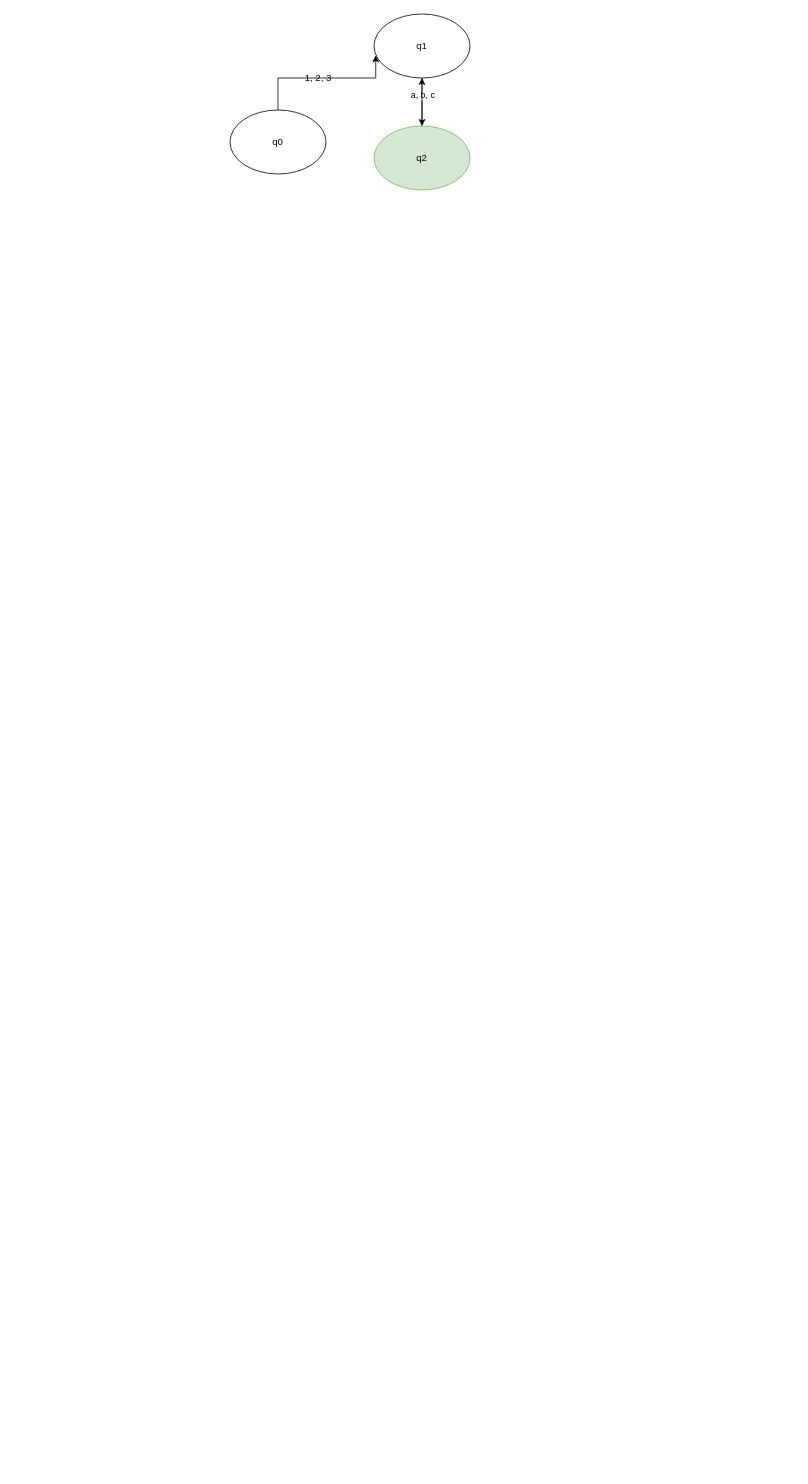
The draw.io diagram Untitled Diagram.drawio in Dzhalolov/OpenGL, before the edit. Source tidied: cells renumbered, new cells numbered last; positions are measured from the earlier drawing's top-left corner, leaving out a move shared by most shapes. Both pictures are drawn from the tidied source at 80%, with x=0, y=0 at pixel (230, 14).
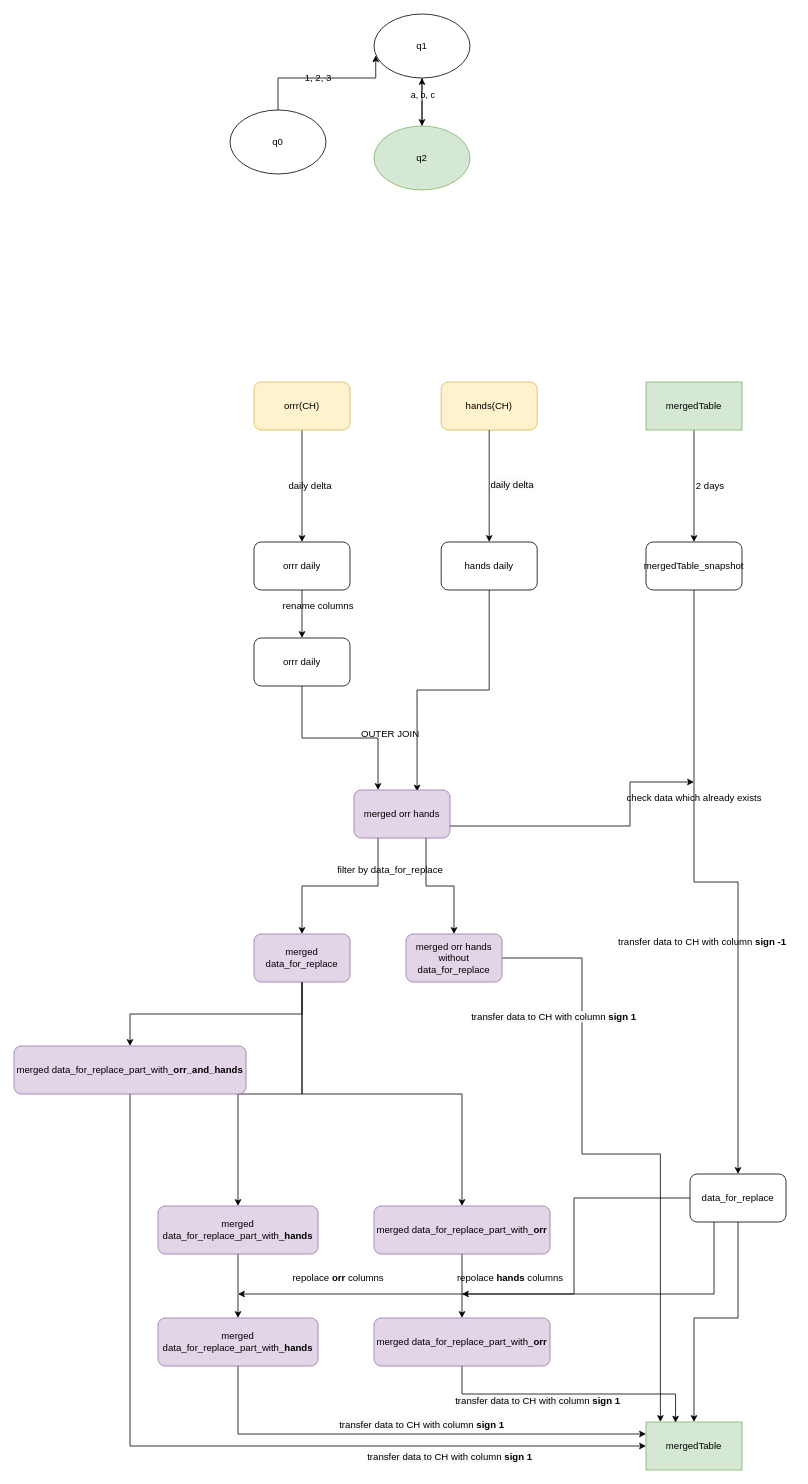
Above is the later version.

The edit, as a diff of the source:
```diff
@@
+    <mxCell id="10" style="edgeStyle=orthogonalEdgeStyle;rounded=0;jettySize=auto;html=1;exitX=1;exitY=0.75;exitDx=0;exitDy=0;" parent="1" edge="1" source="29">
+      <mxGeometry relative="1" as="geometry">
+        <mxPoint x="580" y="960" as="targetPoint" />
+        <Array as="points">
+          <mxPoint x="500" y="1015" />
+          <mxPoint x="500" y="960" />
+        </Array>
+      </mxGeometry>
+    </mxCell>
@@
+    <mxCell id="11" style="edgeStyle=orthogonalEdgeStyle;rounded=0;jettySize=auto;html=1;" parent="1" edge="1" source="12" target="18">
+      <mxGeometry relative="1" as="geometry" />
+    </mxCell>
+    <mxCell id="12" value="orrr(CH)" style="rounded=1;whiteSpace=wrap;html=1;fillColor=#fff2cc;strokeColor=#d6b656;" parent="1" vertex="1">
+      <mxGeometry x="30" y="460" width="120" height="60" as="geometry" />
+    </mxCell>
+    <mxCell id="13" value="hands(CH)" style="rounded=1;whiteSpace=wrap;html=1;fillColor=#fff2cc;strokeColor=#d6b656;" parent="1" vertex="1">
+      <mxGeometry x="264" y="460" width="120" height="60" as="geometry" />
+    </mxCell>
+    <mxCell id="14" style="edgeStyle=orthogonalEdgeStyle;rounded=0;jettySize=auto;html=1;" parent="1" edge="1" source="15" target="25">
+      <mxGeometry relative="1" as="geometry" />
+    </mxCell>
+    <mxCell id="15" value="mergedTable" style="rounded=0;whiteSpace=wrap;html=1;fillColor=#d5e8d4;strokeColor=#82b366;" parent="1" vertex="1">
+      <mxGeometry x="520" y="460" width="120" height="60" as="geometry" />
+    </mxCell>
+    <mxCell id="16" style="edgeStyle=orthogonalEdgeStyle;rounded=0;jettySize=auto;html=1;entryX=0.25;entryY=0;entryDx=0;entryDy=0;exitX=0.5;exitY=1;exitDx=0;exitDy=0;" parent="1" edge="1" source="31" target="29">
+      <mxGeometry relative="1" as="geometry" />
+    </mxCell>
+    <mxCell id="17" style="edgeStyle=orthogonalEdgeStyle;rounded=0;jettySize=auto;html=1;" parent="1" edge="1" source="18" target="31">
+      <mxGeometry relative="1" as="geometry" />
+    </mxCell>
+    <mxCell id="18" value="orrr daily" style="rounded=1;whiteSpace=wrap;html=1;" parent="1" vertex="1">
+      <mxGeometry x="30" y="660" width="120" height="60" as="geometry" />
+    </mxCell>
+    <mxCell id="19" style="edgeStyle=orthogonalEdgeStyle;rounded=0;jettySize=auto;html=1;entryX=0.657;entryY=0.033;entryDx=0;entryDy=0;entryPerimeter=0;" parent="1" edge="1" source="20" target="29">
+      <mxGeometry relative="1" as="geometry" />
+    </mxCell>
+    <mxCell id="20" value="hands daily" style="rounded=1;whiteSpace=wrap;html=1;" parent="1" vertex="1">
+      <mxGeometry x="264" y="660" width="120" height="60" as="geometry" />
+    </mxCell>
+    <mxCell id="21" style="edgeStyle=orthogonalEdgeStyle;rounded=0;jettySize=auto;html=1;exitX=0.5;exitY=1;exitDx=0;exitDy=0;entryX=0.5;entryY=0;entryDx=0;entryDy=0;" parent="1" edge="1" source="13" target="20">
+      <mxGeometry relative="1" as="geometry">
+        <Array as="points">
+          <mxPoint x="324" y="590" />
+          <mxPoint x="324" y="590" />
+        </Array>
+      </mxGeometry>
+    </mxCell>
+    <mxCell id="22" value="daily delta" style="text;html=1;align=center;verticalAlign=middle;" parent="1" vertex="1">
+      <mxGeometry x="65" y="580" width="70" height="20" as="geometry" />
+    </mxCell>
+    <mxCell id="23" value="&lt;span style=&quot;color: rgb(0, 0, 0); font-family: helvetica; font-size: 12px; font-style: normal; font-weight: 400; letter-spacing: normal; text-align: center; text-indent: 0px; text-transform: none; word-spacing: 0px; background-color: rgb(248, 249, 250); display: inline; float: none;&quot;&gt;daily delta&lt;/span&gt;" style="text;whiteSpace=wrap;html=1;" parent="1" vertex="1">
+      <mxGeometry x="324" y="575" width="80" height="30" as="geometry" />
+    </mxCell>
+    <mxCell id="24" style="edgeStyle=orthogonalEdgeStyle;rounded=0;jettySize=auto;html=1;entryX=0.5;entryY=0;entryDx=0;entryDy=0;" parent="1" edge="1" source="25" target="36">
+      <mxGeometry relative="1" as="geometry" />
+    </mxCell>
+    <mxCell id="25" value="mergedTable_snapshot" style="rounded=1;whiteSpace=wrap;html=1;" parent="1" vertex="1">
+      <mxGeometry x="520" y="660" width="120" height="60" as="geometry" />
+    </mxCell>
+    <mxCell id="26" value="2 days" style="text;html=1;align=center;verticalAlign=middle;" parent="1" vertex="1">
+      <mxGeometry x="575" y="580" width="50" height="20" as="geometry" />
+    </mxCell>
+    <mxCell id="27" style="edgeStyle=orthogonalEdgeStyle;rounded=0;jettySize=auto;html=1;exitX=0.25;exitY=1;exitDx=0;exitDy=0;entryX=0.5;entryY=0;entryDx=0;entryDy=0;" parent="1" edge="1" source="29" target="41">
+      <mxGeometry relative="1" as="geometry" />
+    </mxCell>
+    <mxCell id="28" style="edgeStyle=orthogonalEdgeStyle;rounded=0;jettySize=auto;html=1;exitX=0.75;exitY=1;exitDx=0;exitDy=0;entryX=0.5;entryY=0;entryDx=0;entryDy=0;" parent="1" edge="1" source="29" target="43">
+      <mxGeometry relative="1" as="geometry" />
+    </mxCell>
+    <mxCell id="29" value="merged orr hands" style="rounded=1;whiteSpace=wrap;html=1;fillColor=#e1d5e7;strokeColor=#9673a6;" parent="1" vertex="1">
+      <mxGeometry x="155" y="970" width="120" height="60" as="geometry" />
+    </mxCell>
+    <mxCell id="30" value="OUTER JOIN" style="text;html=1;align=center;verticalAlign=middle;" parent="1" vertex="1">
+      <mxGeometry x="155" y="890" width="90" height="20" as="geometry" />
+    </mxCell>
+    <mxCell id="31" value="orrr daily" style="rounded=1;whiteSpace=wrap;html=1;" parent="1" vertex="1">
+      <mxGeometry x="30" y="780" width="120" height="60" as="geometry" />
+    </mxCell>
+    <mxCell id="32" value="rename columns" style="text;html=1;align=center;verticalAlign=middle;" parent="1" vertex="1">
+      <mxGeometry x="60" y="730" width="100" height="20" as="geometry" />
+    </mxCell>
+    <mxCell id="33" style="edgeStyle=orthogonalEdgeStyle;rounded=0;jettySize=auto;html=1;exitX=0.5;exitY=1;exitDx=0;exitDy=0;entryX=0.5;entryY=0;entryDx=0;entryDy=0;" parent="1" edge="1" source="36" target="52">
+      <mxGeometry relative="1" as="geometry">
+        <Array as="points">
+          <mxPoint x="635" y="1630" />
+          <mxPoint x="580" y="1630" />
+        </Array>
+      </mxGeometry>
+    </mxCell>
+    <mxCell id="34" style="edgeStyle=orthogonalEdgeStyle;rounded=0;jettySize=auto;html=1;" parent="1" edge="1" source="36">
+      <mxGeometry relative="1" as="geometry">
+        <mxPoint x="290" y="1600" as="targetPoint" />
+        <Array as="points">
+          <mxPoint x="430" y="1480" />
+          <mxPoint x="430" y="1600" />
+        </Array>
+      </mxGeometry>
+    </mxCell>
+    <mxCell id="35" style="edgeStyle=orthogonalEdgeStyle;rounded=0;jettySize=auto;html=1;exitX=0.25;exitY=1;exitDx=0;exitDy=0;" parent="1" edge="1" source="36">
+      <mxGeometry relative="1" as="geometry">
+        <mxPoint x="10" y="1600" as="targetPoint" />
+        <Array as="points">
+          <mxPoint x="605" y="1600" />
+        </Array>
+      </mxGeometry>
+    </mxCell>
+    <mxCell id="36" value="data_for_replace" style="rounded=1;whiteSpace=wrap;html=1;" parent="1" vertex="1">
+      <mxGeometry x="575" y="1450" width="120" height="60" as="geometry" />
+    </mxCell>
+    <mxCell id="37" value="check data which already exists" style="text;html=1;align=center;verticalAlign=middle;" parent="1" vertex="1">
+      <mxGeometry x="490" y="970" width="180" height="20" as="geometry" />
+    </mxCell>
+    <mxCell id="38" style="edgeStyle=orthogonalEdgeStyle;rounded=0;jettySize=auto;html=1;entryX=0.5;entryY=0;entryDx=0;entryDy=0;" parent="1" edge="1" source="41" target="46">
+      <mxGeometry relative="1" as="geometry" />
+    </mxCell>
+    <mxCell id="39" style="edgeStyle=orthogonalEdgeStyle;rounded=0;jettySize=auto;html=1;exitX=0.5;exitY=1;exitDx=0;exitDy=0;entryX=0.5;entryY=0;entryDx=0;entryDy=0;" parent="1" edge="1" source="41" target="48">
+      <mxGeometry relative="1" as="geometry" />
+    </mxCell>
+    <mxCell id="40" style="edgeStyle=orthogonalEdgeStyle;rounded=0;jettySize=auto;html=1;exitX=0.5;exitY=1;exitDx=0;exitDy=0;" parent="1" edge="1" source="41" target="50">
+      <mxGeometry relative="1" as="geometry" />
+    </mxCell>
+    <mxCell id="41" value="merged data_for_replace" style="rounded=1;whiteSpace=wrap;html=1;fillColor=#e1d5e7;strokeColor=#9673a6;" parent="1" vertex="1">
+      <mxGeometry x="30" y="1150" width="120" height="60" as="geometry" />
+    </mxCell>
+    <mxCell id="42" style="edgeStyle=orthogonalEdgeStyle;rounded=0;jettySize=auto;html=1;exitX=1;exitY=0.5;exitDx=0;exitDy=0;" parent="1" edge="1" source="43" target="52">
+      <mxGeometry relative="1" as="geometry">
+        <Array as="points">
+          <mxPoint x="440" y="1180" />
+          <mxPoint x="440" y="1425" />
+          <mxPoint x="538" y="1425" />
+        </Array>
+      </mxGeometry>
+    </mxCell>
+    <mxCell id="43" value="merged orr hands without data_for_replace" style="rounded=1;whiteSpace=wrap;html=1;fillColor=#e1d5e7;strokeColor=#9673a6;" parent="1" vertex="1">
+      <mxGeometry x="220" y="1150" width="120" height="60" as="geometry" />
+    </mxCell>
+    <mxCell id="44" value="filter by data_for_replace" style="text;html=1;align=center;verticalAlign=middle;" parent="1" vertex="1">
+      <mxGeometry x="125" y="1060" width="150" height="20" as="geometry" />
+    </mxCell>
+    <mxCell id="45" style="edgeStyle=orthogonalEdgeStyle;rounded=0;jettySize=auto;html=1;" parent="1" edge="1" source="46" target="58">
+      <mxGeometry relative="1" as="geometry" />
+    </mxCell>
+    <mxCell id="46" value="merged data_for_replace_part_with_&lt;b&gt;hands&lt;/b&gt;" style="rounded=1;whiteSpace=wrap;html=1;fillColor=#e1d5e7;strokeColor=#9673a6;" parent="1" vertex="1">
+      <mxGeometry x="-90" y="1490" width="200" height="60" as="geometry" />
+    </mxCell>
+    <mxCell id="47" style="edgeStyle=orthogonalEdgeStyle;rounded=0;jettySize=auto;html=1;" parent="1" edge="1" source="48" target="56">
+      <mxGeometry relative="1" as="geometry" />
+    </mxCell>
+    <mxCell id="48" value="merged data_for_replace_part_with_&lt;b&gt;orr&lt;/b&gt;" style="rounded=1;whiteSpace=wrap;html=1;fillColor=#e1d5e7;strokeColor=#9673a6;" parent="1" vertex="1">
+      <mxGeometry x="180" y="1490" width="220" height="60" as="geometry" />
+    </mxCell>
+    <mxCell id="49" style="edgeStyle=orthogonalEdgeStyle;rounded=0;jettySize=auto;html=1;exitX=0.5;exitY=1;exitDx=0;exitDy=0;entryX=0;entryY=0.5;entryDx=0;entryDy=0;" parent="1" edge="1" source="50" target="52">
+      <mxGeometry relative="1" as="geometry" />
+    </mxCell>
+    <mxCell id="50" value="merged data_for_replace_part_with_&lt;b&gt;orr_and_hands&lt;/b&gt;" style="rounded=1;whiteSpace=wrap;html=1;fillColor=#e1d5e7;strokeColor=#9673a6;" parent="1" vertex="1">
+      <mxGeometry x="-270" y="1290" width="290" height="60" as="geometry" />
+    </mxCell>
+    <mxCell id="51" value="transfer data to CH with column &lt;b&gt;sign -1&lt;/b&gt;" style="text;html=1;align=center;verticalAlign=middle;" parent="1" vertex="1">
+      <mxGeometry x="475" y="1150" width="230" height="20" as="geometry" />
+    </mxCell>
+    <mxCell id="52" value="mergedTable" style="rounded=0;whiteSpace=wrap;html=1;fillColor=#d5e8d4;strokeColor=#82b366;" parent="1" vertex="1">
+      <mxGeometry x="520" y="1760" width="120" height="60" as="geometry" />
+    </mxCell>
+    <mxCell id="53" value="&lt;span style=&quot;color: rgb(0 , 0 , 0) ; font-family: &amp;#34;helvetica&amp;#34; ; font-size: 12px ; font-style: normal ; font-weight: 400 ; letter-spacing: normal ; text-align: center ; text-indent: 0px ; text-transform: none ; word-spacing: 0px ; background-color: rgb(248 , 249 , 250) ; display: inline ; float: none&quot;&gt;transfer data to CH with column&lt;span&gt;&amp;nbsp;&lt;/span&gt;&lt;/span&gt;&lt;b style=&quot;color: rgb(0 , 0 , 0) ; font-family: &amp;#34;helvetica&amp;#34; ; font-size: 12px ; font-style: normal ; letter-spacing: normal ; text-align: center ; text-indent: 0px ; text-transform: none ; word-spacing: 0px ; background-color: rgb(248 , 249 , 250)&quot;&gt;sign 1&lt;/b&gt;" style="text;whiteSpace=wrap;html=1;" parent="1" vertex="1">
+      <mxGeometry x="170" y="1790" width="240" height="30" as="geometry" />
+    </mxCell>
+    <mxCell id="54" value="&lt;span style=&quot;color: rgb(0 , 0 , 0) ; font-family: &amp;#34;helvetica&amp;#34; ; font-size: 12px ; font-style: normal ; font-weight: 400 ; letter-spacing: normal ; text-align: center ; text-indent: 0px ; text-transform: none ; word-spacing: 0px ; background-color: rgb(248 , 249 , 250) ; display: inline ; float: none&quot;&gt;transfer data to CH with column&lt;span&gt;&amp;nbsp;&lt;/span&gt;&lt;/span&gt;&lt;b style=&quot;color: rgb(0 , 0 , 0) ; font-family: &amp;#34;helvetica&amp;#34; ; font-size: 12px ; font-style: normal ; letter-spacing: normal ; text-align: center ; text-indent: 0px ; text-transform: none ; word-spacing: 0px ; background-color: rgb(248 , 249 , 250)&quot;&gt;sign 1&lt;/b&gt;" style="text;whiteSpace=wrap;html=1;" parent="1" vertex="1">
+      <mxGeometry x="300" y="1240" width="240" height="30" as="geometry" />
+    </mxCell>
+    <mxCell id="55" style="edgeStyle=orthogonalEdgeStyle;rounded=0;jettySize=auto;html=1;exitX=0.5;exitY=1;exitDx=0;exitDy=0;entryX=0.308;entryY=0.013;entryDx=0;entryDy=0;entryPerimeter=0;" parent="1" edge="1" source="56" target="52">
+      <mxGeometry relative="1" as="geometry" />
+    </mxCell>
+    <mxCell id="56" value="merged data_for_replace_part_with_&lt;b&gt;orr&lt;/b&gt;" style="rounded=1;whiteSpace=wrap;html=1;fillColor=#e1d5e7;strokeColor=#9673a6;" parent="1" vertex="1">
+      <mxGeometry x="180" y="1630" width="220" height="60" as="geometry" />
+    </mxCell>
+    <mxCell id="57" style="edgeStyle=orthogonalEdgeStyle;rounded=0;jettySize=auto;html=1;exitX=0.5;exitY=1;exitDx=0;exitDy=0;entryX=0;entryY=0.25;entryDx=0;entryDy=0;" parent="1" edge="1" source="58" target="52">
+      <mxGeometry relative="1" as="geometry" />
+    </mxCell>
+    <mxCell id="58" value="merged data_for_replace_part_with_&lt;b&gt;hands&lt;/b&gt;" style="rounded=1;whiteSpace=wrap;html=1;fillColor=#e1d5e7;strokeColor=#9673a6;" parent="1" vertex="1">
+      <mxGeometry x="-90" y="1630" width="200" height="60" as="geometry" />
+    </mxCell>
+    <mxCell id="59" value="repolace &lt;b&gt;hands &lt;/b&gt;columns" style="text;html=1;align=center;verticalAlign=middle;" parent="1" vertex="1">
+      <mxGeometry x="275" y="1570" width="150" height="20" as="geometry" />
+    </mxCell>
+    <mxCell id="60" value="repolace &lt;b&gt;orr&amp;nbsp;&lt;/b&gt;columns" style="text;html=1;align=center;verticalAlign=middle;" parent="1" vertex="1">
+      <mxGeometry x="70" y="1570" width="130" height="20" as="geometry" />
+    </mxCell>
+    <mxCell id="61" value="&lt;span style=&quot;color: rgb(0 , 0 , 0) ; font-family: &amp;#34;helvetica&amp;#34; ; font-size: 12px ; font-style: normal ; font-weight: 400 ; letter-spacing: normal ; text-align: center ; text-indent: 0px ; text-transform: none ; word-spacing: 0px ; background-color: rgb(248 , 249 , 250) ; display: inline ; float: none&quot;&gt;transfer data to CH with column&lt;span&gt;&amp;nbsp;&lt;/span&gt;&lt;/span&gt;&lt;b style=&quot;color: rgb(0 , 0 , 0) ; font-family: &amp;#34;helvetica&amp;#34; ; font-size: 12px ; font-style: normal ; letter-spacing: normal ; text-align: center ; text-indent: 0px ; text-transform: none ; word-spacing: 0px ; background-color: rgb(248 , 249 , 250)&quot;&gt;sign 1&lt;/b&gt;" style="text;whiteSpace=wrap;html=1;" parent="1" vertex="1">
+      <mxGeometry x="135" y="1750" width="240" height="30" as="geometry" />
+    </mxCell>
+    <mxCell id="62" value="&lt;span style=&quot;color: rgb(0 , 0 , 0) ; font-family: &amp;#34;helvetica&amp;#34; ; font-size: 12px ; font-style: normal ; font-weight: 400 ; letter-spacing: normal ; text-align: center ; text-indent: 0px ; text-transform: none ; word-spacing: 0px ; background-color: rgb(248 , 249 , 250) ; display: inline ; float: none&quot;&gt;transfer data to CH with column&lt;span&gt;&amp;nbsp;&lt;/span&gt;&lt;/span&gt;&lt;b style=&quot;color: rgb(0 , 0 , 0) ; font-family: &amp;#34;helvetica&amp;#34; ; font-size: 12px ; font-style: normal ; letter-spacing: normal ; text-align: center ; text-indent: 0px ; text-transform: none ; word-spacing: 0px ; background-color: rgb(248 , 249 , 250)&quot;&gt;sign 1&lt;/b&gt;" style="text;whiteSpace=wrap;html=1;" parent="1" vertex="1">
+      <mxGeometry x="280" y="1720" width="240" height="30" as="geometry" />
+    </mxCell>
```
